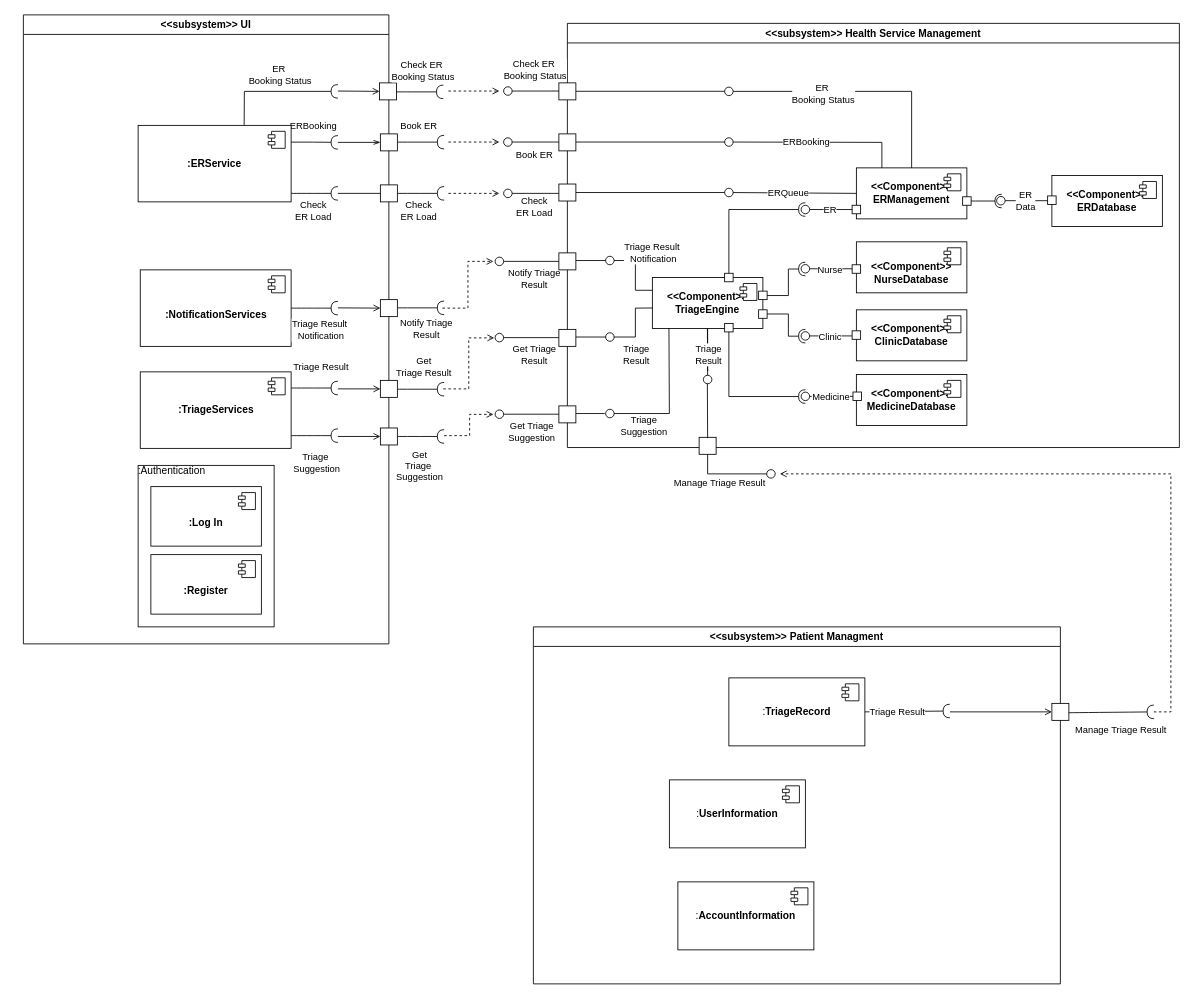
Before: Usecases/C&C.drawio in uvic-teach/project-m1-team8, a draw.io diagram. Source tidied: cells renumbered, new cells numbered last; positions are measured from the earlier drawing's top-left corner, leaving out a move shared by most shapes. Both pictures are drawn from the tidied source at 85%, with x=0, y=0 at pixel (23, 14).
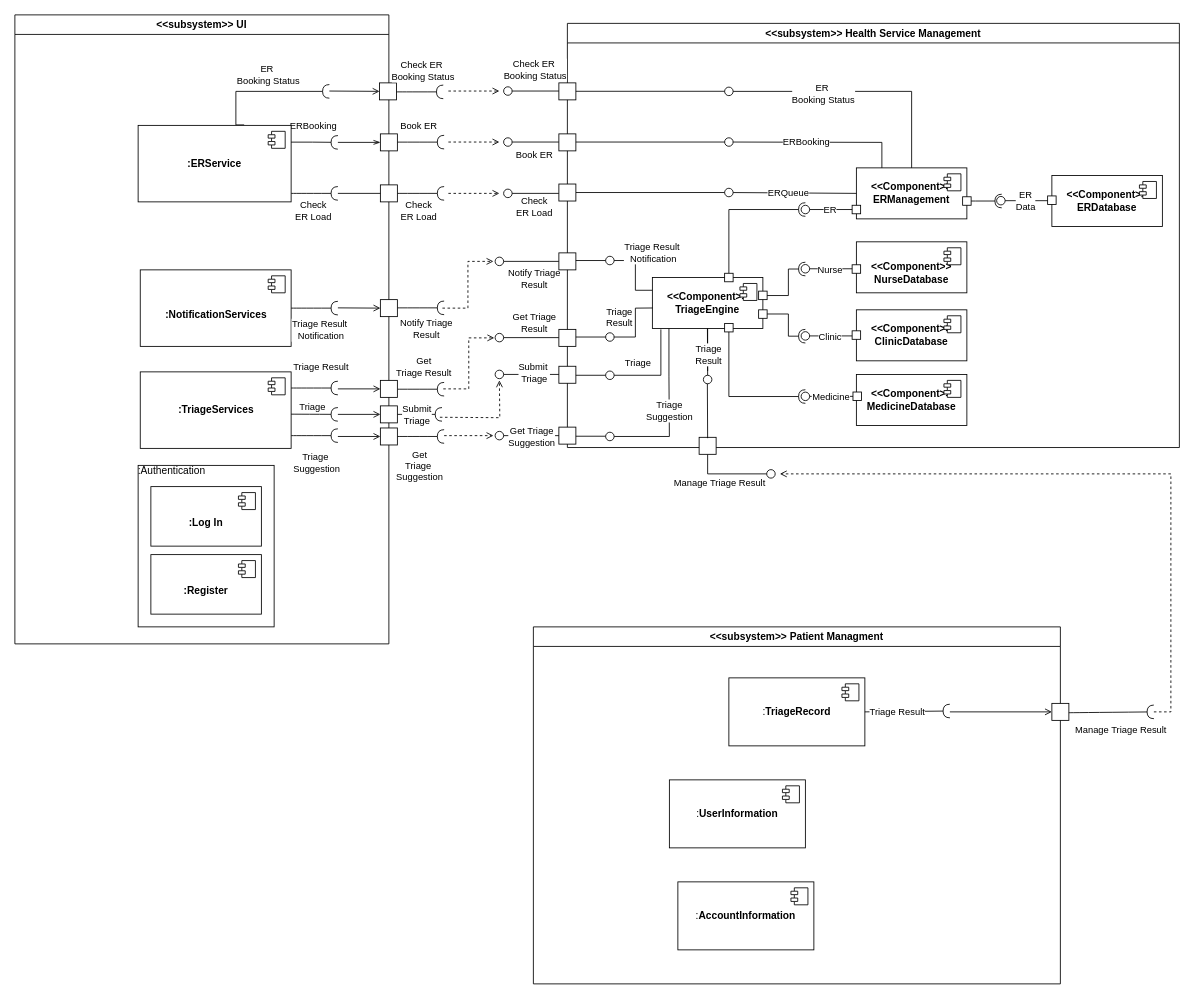
The same page after the edit.

The change refers to these unchanged cells:
```xml
<mxCell id="20" value="&amp;lt;&amp;lt;subsystem&amp;gt;&amp;gt; Health Service Management" style="swimlane;whiteSpace=wrap;html=1;glass=0;fillColor=#FFFFFF;" parent="1" vertex="1">
  <mxGeometry x="640" y="10" width="720" height="499" as="geometry" />
</mxCell>
<mxCell id="60" style="endArrow=oval;html=1;rounded=0;endFill=0;endSize=10;" parent="1" edge="1">
  <mxGeometry relative="1" as="geometry">
    <mxPoint x="630" y="379.7" as="sourcePoint" />
    <mxPoint x="560" y="379.7" as="targetPoint" />
  </mxGeometry>
</mxCell>
<mxCell id="77" value="&lt;div&gt;&lt;b&gt;&amp;lt;&amp;lt;Component&amp;gt;&amp;gt;&lt;/b&gt;&lt;/div&gt;&lt;div&gt;&lt;b&gt;TriageEngine&lt;/b&gt;&lt;/div&gt;" style="html=1;whiteSpace=wrap;" parent="1" vertex="1">
  <mxGeometry x="740" y="309" width="130" height="60" as="geometry" />
</mxCell>
<mxCell id="97" style="endArrow=oval;html=1;rounded=0;endFill=0;exitX=0.003;exitY=0.597;exitDx=0;exitDy=0;endSize=10;exitPerimeter=0;" parent="1" edge="1" source="77">
  <mxGeometry relative="1" as="geometry">
    <mxPoint x="690" y="379" as="targetPoint" />
    <Array as="points">
      <mxPoint x="720" y="345" />
      <mxPoint x="720" y="379" />
    </Array>
  </mxGeometry>
</mxCell>
<mxCell id="130" style="rounded=0;orthogonalLoop=1;jettySize=auto;html=1;endArrow=halfCircle;endFill=0;endSize=6;strokeWidth=1;sketch=0;fontSize=12;curved=1;exitX=1;exitY=0.5;exitDx=0;exitDy=0;" parent="1" edge="1">
  <mxGeometry relative="1" as="geometry">
    <mxPoint x="315" y="439" as="sourcePoint" />
    <mxPoint x="370" y="439" as="targetPoint" />
  </mxGeometry>
</mxCell>
```

Diff of the diagram source:
```diff
@@
+    <mxCell id="157" style="rounded=0;orthogonalLoop=1;jettySize=auto;html=1;endArrow=halfCircle;endFill=0;endSize=6;strokeWidth=1;sketch=0;fontSize=12;curved=1;exitX=1;exitY=0.5;exitDx=0;exitDy=0;" parent="1" edge="1">
+      <mxGeometry relative="1" as="geometry">
+        <mxPoint x="437.5" y="470" as="sourcePoint" />
+        <mxPoint x="492.5" y="470" as="targetPoint" />
+      </mxGeometry>
+    </mxCell>
+    <mxCell id="158" value="&lt;div&gt;Submit&lt;/div&gt;&lt;div&gt;Triage&lt;br&gt;&lt;/div&gt;" style="edgeLabel;html=1;align=center;verticalAlign=middle;" parent="157" vertex="1">
+      <mxGeometry x="0.09" relative="1" as="geometry">
+        <mxPoint x="-5" as="offset" />
+      </mxGeometry>
+    </mxCell>
+    <mxCell id="101" style="endArrow=oval;html=1;rounded=0;endFill=0;exitX=0.15;exitY=0.992;exitDx=0;exitDy=0;endSize=10;exitPerimeter=0;edgeStyle=orthogonalEdgeStyle;" parent="1" edge="1">
+      <mxGeometry relative="1" as="geometry">
+        <mxPoint x="759.5" y="364.5" as="sourcePoint" />
+        <mxPoint x="690" y="496" as="targetPoint" />
+        <Array as="points">
+          <mxPoint x="760" y="425" />
+          <mxPoint x="760" y="425" />
+          <mxPoint x="760" y="496" />
+          <mxPoint x="690" y="496" />
+        </Array>
+      </mxGeometry>
+    </mxCell>
+    <mxCell id="102" value="&lt;div&gt;Triage&lt;/div&gt;&lt;div&gt;Suggestion&lt;br&gt;&lt;/div&gt;" style="edgeLabel;html=1;align=center;verticalAlign=middle;" parent="101" vertex="1">
+      <mxGeometry x="0.56" relative="1" as="geometry">
+        <mxPoint x="25" y="-31" as="offset" />
+      </mxGeometry>
+    </mxCell>
@@
     <mxCell id="16" value="&amp;lt;&amp;lt;subsystem&amp;gt;&amp;gt; UI" style="swimlane;whiteSpace=wrap;html=1;" parent="1" vertex="1">
-      <mxGeometry width="430" height="740" as="geometry" />
+      <mxGeometry x="-10" width="440" height="740" as="geometry" />
     </mxCell>
@@
+    <mxCell id="159" style="rounded=0;orthogonalLoop=1;jettySize=auto;html=1;endArrow=halfCircle;endFill=0;endSize=6;strokeWidth=1;sketch=0;fontSize=12;curved=1;exitX=1;exitY=0.5;exitDx=0;exitDy=0;" parent="16" edge="1">
+      <mxGeometry relative="1" as="geometry">
+        <mxPoint x="314" y="469.7" as="sourcePoint" />
+        <mxPoint x="380" y="470" as="targetPoint" />
+      </mxGeometry>
+    </mxCell>
+    <mxCell id="160" style="endArrow=open;html=1;rounded=0;endFill=0;" parent="16" edge="1">
+      <mxGeometry relative="1" as="geometry">
+        <mxPoint x="380" y="470" as="sourcePoint" />
+        <mxPoint x="430" y="470" as="targetPoint" />
+      </mxGeometry>
+    </mxCell>
+    <mxCell id="161" style="rounded=0;whiteSpace=wrap;html=1;" parent="16" vertex="1">
+      <mxGeometry x="430" y="460" width="20" height="20" as="geometry" />
+    </mxCell>
@@
+    <mxCell id="103" style="endArrow=none;html=1;rounded=0;" parent="20" edge="1">
+      <mxGeometry relative="1" as="geometry">
+        <mxPoint x="5" y="485.7" as="sourcePoint" />
+        <mxPoint x="45" y="485.7" as="targetPoint" />
+      </mxGeometry>
+    </mxCell>
+    <mxCell id="162" style="endArrow=oval;html=1;rounded=0;endFill=0;endSize=10;edgeStyle=orthogonalEdgeStyle;" parent="20" edge="1">
+      <mxGeometry relative="1" as="geometry">
+        <mxPoint x="110" y="360" as="sourcePoint" />
+        <mxPoint x="50" y="414" as="targetPoint" />
+        <Array as="points">
+          <mxPoint x="110" y="414" />
+        </Array>
+      </mxGeometry>
+    </mxCell>
+    <mxCell id="163" value="&lt;div&gt;Triage&lt;/div&gt;" style="edgeLabel;html=1;align=center;verticalAlign=middle;" parent="162" vertex="1">
+      <mxGeometry x="0.08" relative="1" as="geometry">
+        <mxPoint x="-20" y="-15" as="offset" />
+      </mxGeometry>
+    </mxCell>
+    <mxCell id="164" style="endArrow=none;html=1;rounded=0;" parent="20" edge="1">
+      <mxGeometry relative="1" as="geometry">
+        <mxPoint x="5" y="414" as="sourcePoint" />
+        <mxPoint x="45" y="414" as="targetPoint" />
+      </mxGeometry>
+    </mxCell>
+    <mxCell id="106" style="rounded=0;whiteSpace=wrap;html=1;" parent="20" vertex="1">
+      <mxGeometry x="-10" y="475" width="20" height="20" as="geometry" />
+    </mxCell>
@@
-    <mxCell id="53" style="endArrow=open;html=1;rounded=0;dashed=1;endFill=0;" parent="1" edge="1">
+    <mxCell id="53" style="endArrow=open;html=1;rounded=0;dashed=1;endFill=0;edgeStyle=orthogonalEdgeStyle;" parent="1" edge="1">
       <mxGeometry relative="1" as="geometry">
         <mxPoint x="495" y="495" as="sourcePoint" />
-        <mxPoint x="553" y="470" as="targetPoint" />
+        <mxPoint x="553" y="495" as="targetPoint" />
         <Array as="points">
-          <mxPoint x="525" y="495" />
-          <mxPoint x="525" y="470" />
+          <mxPoint x="553" y="495" />
         </Array>
       </mxGeometry>
     </mxCell>
@@
     <mxCell id="61" value="&lt;div&gt;Get Triage&lt;/div&gt;&lt;div&gt;Result&lt;br&gt;&lt;/div&gt;" style="edgeLabel;html=1;align=center;verticalAlign=middle;" parent="60" vertex="1">
       <mxGeometry x="0.08" relative="1" as="geometry">
-        <mxPoint x="8" y="20" as="offset" />
+        <mxPoint x="8" y="-17" as="offset" />
       </mxGeometry>
     </mxCell>
-    <mxCell id="62" style="endArrow=oval;html=1;rounded=0;endFill=0;endSize=10;" parent="1" edge="1">
+    <mxCell id="62" style="endArrow=oval;html=1;rounded=0;endFill=0;endSize=10;exitX=0;exitY=0.5;exitDx=0;exitDy=0;" parent="1" edge="1">
       <mxGeometry relative="1" as="geometry">
-        <mxPoint x="630" y="469.8" as="sourcePoint" />
-        <mxPoint x="560" y="469.8" as="targetPoint" />
+        <mxPoint x="630" y="495" as="sourcePoint" />
+        <mxPoint x="560" y="495" as="targetPoint" />
       </mxGeometry>
     </mxCell>
     <mxCell id="63" value="&lt;div&gt;Get Triage&lt;/div&gt;&lt;div&gt;Suggestion&lt;br&gt;&lt;/div&gt;" style="edgeLabel;html=1;align=center;verticalAlign=middle;" parent="62" vertex="1">
       <mxGeometry x="0.08" relative="1" as="geometry">
-        <mxPoint x="5" y="21" as="offset" />
+        <mxPoint x="5" y="1" as="offset" />
       </mxGeometry>
     </mxCell>
@@
     <mxCell id="98" value="&lt;div&gt;Triage&lt;/div&gt;&lt;div&gt;Result&lt;/div&gt;" style="edgeLabel;html=1;align=center;verticalAlign=middle;" parent="97" vertex="1">
       <mxGeometry x="0.08" relative="1" as="geometry">
-        <mxPoint y="29" as="offset" />
+        <mxPoint x="-20" y="-15" as="offset" />
       </mxGeometry>
     </mxCell>
@@
-    <mxCell id="101" style="endArrow=oval;html=1;rounded=0;endFill=0;exitX=0.15;exitY=0.992;exitDx=0;exitDy=0;endSize=10;exitPerimeter=0;" parent="1" edge="1" source="77">
-      <mxGeometry relative="1" as="geometry">
-        <mxPoint x="690" y="469" as="targetPoint" />
-        <Array as="points">
-          <mxPoint x="760" y="469" />
-        </Array>
-      </mxGeometry>
-    </mxCell>
-    <mxCell id="102" value="&lt;div&gt;Triage&lt;/div&gt;&lt;div&gt;Suggestion&lt;br&gt;&lt;/div&gt;" style="edgeLabel;html=1;align=center;verticalAlign=middle;" parent="101" vertex="1">
-      <mxGeometry x="0.08" relative="1" as="geometry">
-        <mxPoint x="-30" y="23" as="offset" />
-      </mxGeometry>
-    </mxCell>
-    <mxCell id="103" style="endArrow=none;html=1;rounded=0;" parent="1" edge="1">
-      <mxGeometry relative="1" as="geometry">
-        <mxPoint x="644" y="469" as="sourcePoint" />
-        <mxPoint x="684" y="469" as="targetPoint" />
-      </mxGeometry>
-    </mxCell>
@@
-    <mxCell id="106" style="rounded=0;whiteSpace=wrap;html=1;" parent="1" vertex="1">
-      <mxGeometry x="630" y="460" width="20" height="20" as="geometry" />
-    </mxCell>
@@
+    <mxCell id="165" value="Triage" style="edgeLabel;html=1;align=center;verticalAlign=middle;" parent="130" vertex="1">
+      <mxGeometry x="0.18" y="-2" relative="1" as="geometry">
+        <mxPoint x="-8" y="19" as="offset" />
+      </mxGeometry>
+    </mxCell>
@@
+    <mxCell id="166" style="rounded=0;whiteSpace=wrap;html=1;" parent="1" vertex="1">
+      <mxGeometry x="630" y="413.4" width="20" height="20" as="geometry" />
+    </mxCell>
+    <mxCell id="167" style="endArrow=oval;html=1;rounded=0;endFill=0;endSize=10;" parent="1" edge="1">
+      <mxGeometry relative="1" as="geometry">
+        <mxPoint x="630" y="423" as="sourcePoint" />
+        <mxPoint x="560" y="423" as="targetPoint" />
+      </mxGeometry>
+    </mxCell>
+    <mxCell id="168" value="&lt;div&gt;Submit&amp;nbsp;&lt;/div&gt;&lt;div&gt;Triage&lt;/div&gt;" style="edgeLabel;html=1;align=center;verticalAlign=middle;" parent="167" vertex="1">
+      <mxGeometry x="0.08" relative="1" as="geometry">
+        <mxPoint x="8" y="-3" as="offset" />
+      </mxGeometry>
+    </mxCell>
+    <mxCell id="169" style="endArrow=open;html=1;rounded=0;dashed=1;endFill=0;edgeStyle=orthogonalEdgeStyle;" parent="1" edge="1">
+      <mxGeometry relative="1" as="geometry">
+        <mxPoint x="490" y="473.4" as="sourcePoint" />
+        <mxPoint x="560" y="430" as="targetPoint" />
+      </mxGeometry>
+    </mxCell>
```
